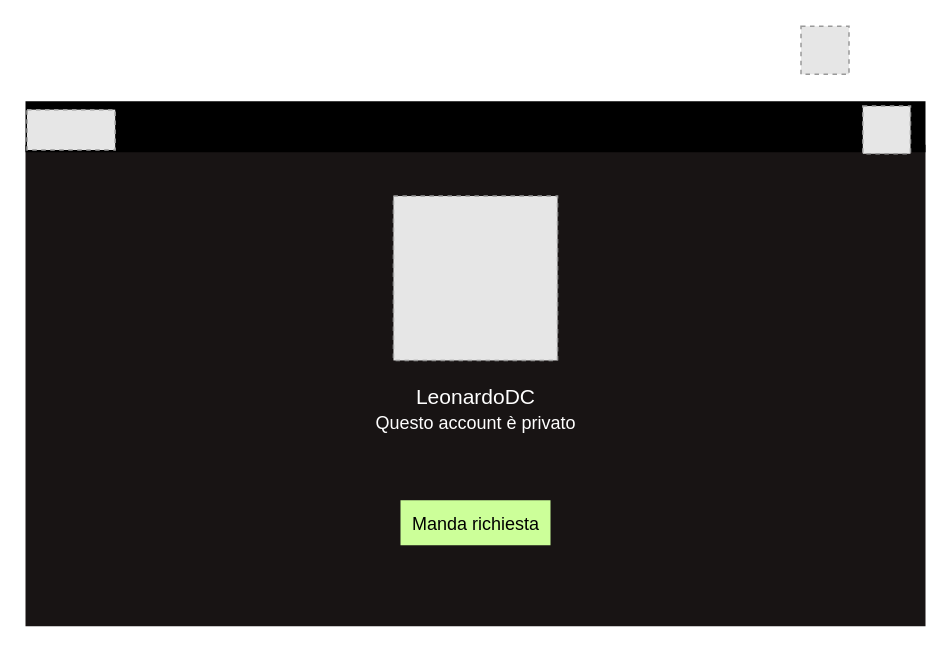
Earlier version of the draw.io diagram ProfiloPrivato.drawio (Organizzazione-IngSoftware/D1Mockup). Source tidied: cells renumbered, new cells numbered last; positions are measured from the earlier drawing's top-left corner, leaving out a move shared by most shapes. Both pictures are drawn from the tidied source at 150%, with x=0, y=0 at pixel (26, 26). Pictures stored in the file or linked from it are replaced by grey dashed boxes.
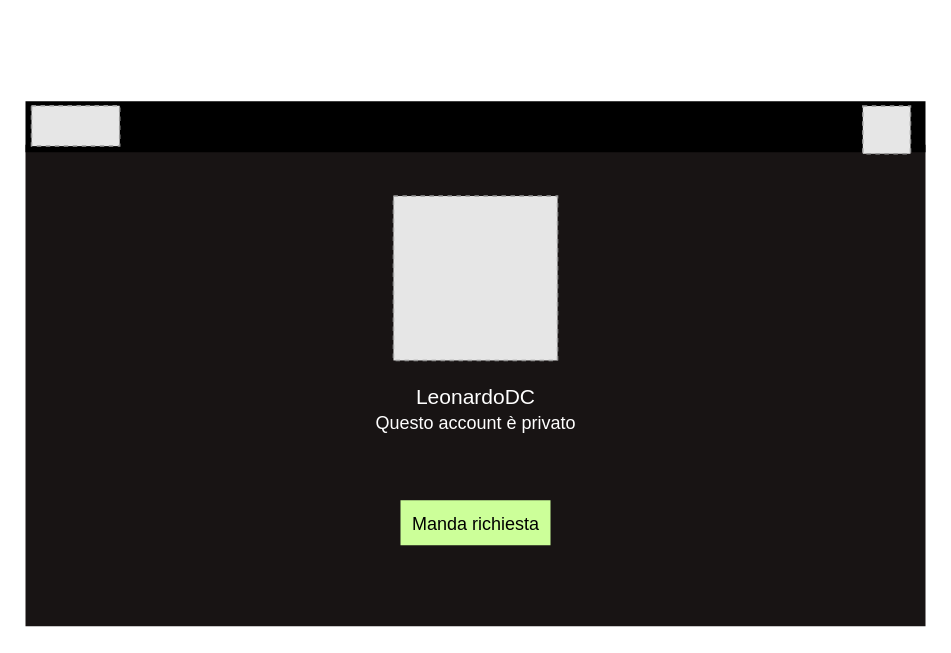
The same diagram, later.

What changed in the source:
```diff
@@
 <mxGraphModel>
   <root>
     <mxCell id="0" />
     <mxCell id="1" parent="0" />
     <mxCell id="2" style="rounded=0;whiteSpace=wrap;html=1;fillColor=#181414;strokeColor=none;" parent="1" vertex="1">
       <mxGeometry x="-0.5" y="79" width="600" height="321" as="geometry" />
     </mxCell>
     <mxCell id="3" value="&lt;font style=&quot;font-size: 12px;&quot;&gt;Manda richiesta&lt;/font&gt;" style="rounded=0;whiteSpace=wrap;html=1;fontSize=14;fillColor=#CCFF99;strokeColor=none;" parent="1" vertex="1">
       <mxGeometry x="249.5" y="316" width="100" height="30" as="geometry" />
     </mxCell>
     <mxCell id="4" value="&lt;font color=&quot;#ffffff&quot;&gt;LeonardoDC&lt;br&gt;&lt;font style=&quot;font-size: 12px;&quot;&gt;Questo account è privato&lt;/font&gt;&lt;/font&gt;" style="text;html=1;strokeColor=none;fillColor=none;align=center;verticalAlign=middle;whiteSpace=wrap;rounded=0;fontSize=14;" parent="1" vertex="1">
       <mxGeometry x="216.5" y="240" width="166" height="30" as="geometry" />
     </mxCell>
     <mxCell id="5" style="fillColor=#E6E6E6;strokeColor=#999999;dashed=1;verticalLabelPosition=bottom;labelBackgroundColor=default;verticalAlign=top;" parent="1" vertex="1">
       <mxGeometry x="244.8" y="113.2" width="109.4" height="109.6" as="geometry" />
     </mxCell>
     <mxCell id="6" style="rounded=0;whiteSpace=wrap;html=1;fillColor=#000000;strokeColor=none;" parent="1" vertex="1">
       <mxGeometry x="-0.5" y="50" width="600" height="34" as="geometry" />
     </mxCell>
     <mxCell id="7" style="fillColor=#E6E6E6;strokeColor=#999999;dashed=1;verticalLabelPosition=bottom;labelBackgroundColor=default;verticalAlign=top;" parent="1" vertex="1">
       <mxGeometry x="557.7" y="53.2" width="31.8" height="31.8" as="geometry" />
     </mxCell>
-    <mxCell id="8" style="fillColor=#E6E6E6;strokeColor=#999999;dashed=1;verticalLabelPosition=bottom;labelBackgroundColor=default;verticalAlign=top;" parent="1" vertex="1">
-      <mxGeometry x="516.5" width="32" height="32" as="geometry" />
-    </mxCell>
     <mxCell id="9" style="fillColor=#E6E6E6;strokeColor=#999999;dashed=1;verticalLabelPosition=bottom;labelBackgroundColor=default;verticalAlign=top;" parent="1" vertex="1">
-      <mxGeometry x="0.5" y="55.6" width="58.8" height="26.9" as="geometry" />
+      <mxGeometry x="3.5" y="53" width="58.8" height="26.9" as="geometry" />
     </mxCell>
   </root>
 </mxGraphModel>
```
